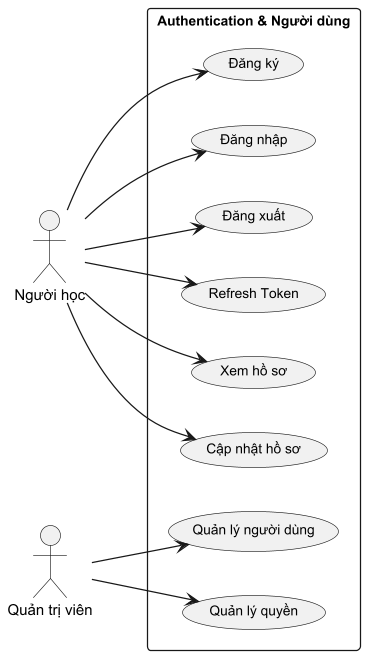
The PlantUML diagram diagrams/uc-auth-detail.png in Lamdzmaoda/Project, before a commit. The source it was exported from:
```plantuml
@startuml
skinparam dpi 120
skinparam backgroundColor #FFFFFF
skinparam defaultFontSize 11
skinparam useCaseFontSize 11
skinparam actorFontSize 12

left to right direction

actor "Người học" as USER
actor "Quản trị viên" as ADMIN

rectangle "Authentication & Người dùng" {
  (Đăng ký) as UC1
  (Đăng nhập) as UC2
  (Đăng xuất) as UC3
  (Refresh Token) as UC4
  (Xem hồ sơ) as UC5
  (Cập nhật hồ sơ) as UC6
  (Quản lý người dùng) as UC7
  (Quản lý quyền) as UC8

  USER --> UC1
  USER --> UC2
  USER --> UC3
  USER --> UC4
  USER --> UC5
  USER --> UC6
  ADMIN --> UC7
  ADMIN --> UC8
}

@enduml
```
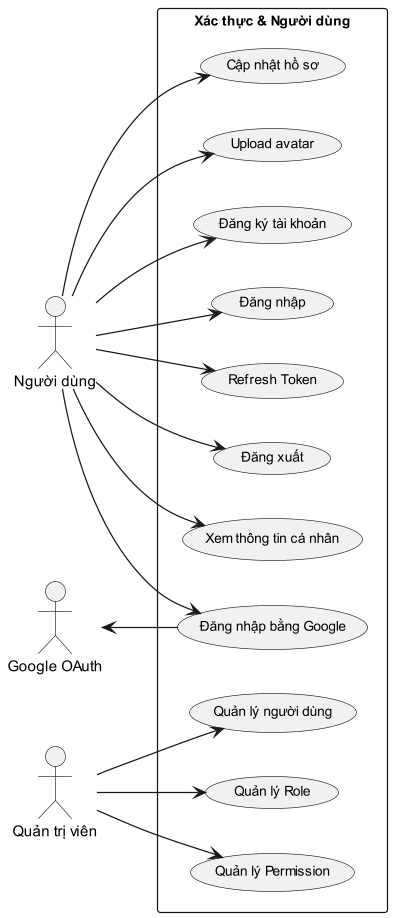
The same diagram one commit later.

Diff of the diagram source:
```diff
@@ -7,18 +7,22 @@
 
 left to right direction
 
-actor "Người học" as USER
+actor "Người dùng" as USER
 actor "Quản trị viên" as ADMIN
+actor "Google OAuth" as GOOGLE
 
-rectangle "Authentication & Người dùng" {
-  (Đăng ký) as UC1
+rectangle "Xác thực & Người dùng" {
+  (Đăng ký tài khoản) as UC1
   (Đăng nhập) as UC2
-  (Đăng xuất) as UC3
+  (Đăng nhập bằng Google) as UC3
   (Refresh Token) as UC4
-  (Xem hồ sơ) as UC5
-  (Cập nhật hồ sơ) as UC6
-  (Quản lý người dùng) as UC7
-  (Quản lý quyền) as UC8
+  (Đăng xuất) as UC5
+  (Xem thông tin cá nhân) as UC6
+  (Cập nhật hồ sơ) as UC7
+  (Upload avatar) as UC8
+  (Quản lý người dùng) as UC9
+  (Quản lý Role) as UC10
+  (Quản lý Permission) as UC11
 
   USER --> UC1
   USER --> UC2
@@ -26,8 +30,12 @@
   USER --> UC4
   USER --> UC5
   USER --> UC6
-  ADMIN --> UC7
-  ADMIN --> UC8
+  USER --> UC7
+  USER --> UC8
+  ADMIN --> UC9
+  ADMIN --> UC10
+  ADMIN --> UC11
+  GOOGLE <-- UC3
 }
 
 @enduml
```
